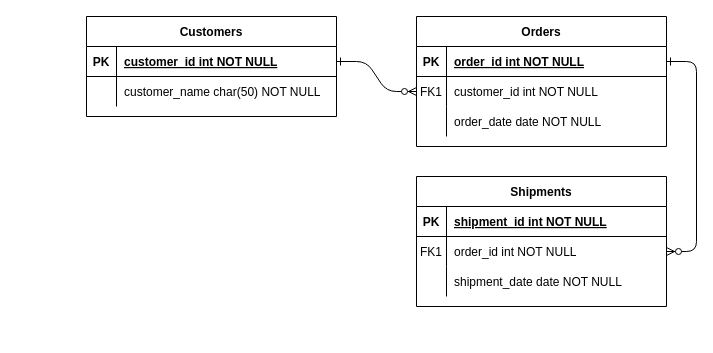
naynivea/ngs-fe-tsys-c4-weblfg-051223 keeps this draw.io diagram as WebLFG_PruebaTecnica.drawio. Above is the earlier version. Source tidied: cells renumbered, new cells numbered last; positions are measured from the earlier drawing's top-left corner, leaving out a move shared by most shapes. Both pictures are drawn from the tidied source at 100%, with x=0, y=0 at pixel (86, 16).
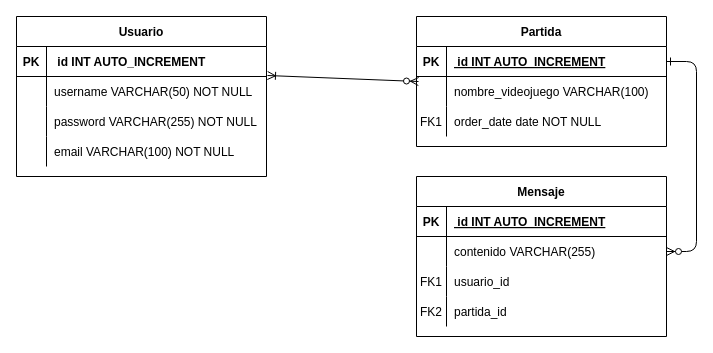
The same diagram, later.

Unchanged cells that the change refers to:
```xml
<mxCell id="5" style="shape=partialRectangle;fillColor=none;points=[[0,0.5],[1,0.5]];portConstraint=eastwest;top=0;left=0;right=0;bottom=1;" parent="4" vertex="1">
  <mxGeometry y="30" width="250" height="30" as="geometry" />
</mxCell>
<mxCell id="8" style="shape=partialRectangle;fillColor=none;points=[[0,0.5],[1,0.5]];portConstraint=eastwest;top=0;left=0;right=0;bottom=0;" parent="4" vertex="1">
  <mxGeometry y="60" width="250" height="30" as="geometry" />
</mxCell>
<mxCell id="11" style="shape=partialRectangle;fillColor=none;top=0;left=0;right=0;bottom=0;" parent="4" vertex="1">
  <mxGeometry y="90" width="250" height="30" as="geometry" />
</mxCell>
<mxCell id="15" style="shape=partialRectangle;fillColor=none;top=0;left=0;right=0;bottom=1;" parent="14" vertex="1">
  <mxGeometry y="30" width="250" height="30" as="geometry" />
</mxCell>
<mxCell id="18" style="shape=partialRectangle;fillColor=none;points=[[0,0.5],[1,0.5]];portConstraint=eastwest;top=0;left=0;right=0;bottom=0;" parent="14" vertex="1">
  <mxGeometry y="60" width="250" height="30" as="geometry" />
</mxCell>
<mxCell id="21" style="shape=partialRectangle;fillColor=none;top=0;left=0;right=0;bottom=0;" parent="14" vertex="1">
  <mxGeometry y="90" width="250" height="30" as="geometry" />
</mxCell>
<mxCell id="25" style="shape=partialRectangle;fillColor=none;points=[[0,0.5],[1,0.5]];portConstraint=eastwest;top=0;left=0;right=0;bottom=1;" parent="24" vertex="1">
  <mxGeometry y="30" width="250" height="30" as="geometry" />
</mxCell>
```

The edit, as a diff of the source:
```diff
@@
-    <mxCell id="2" style="edgeStyle=entityRelationEdgeStyle;endArrow=ERzeroToMany;startArrow=ERone;endFill=1;startFill=0;" parent="1" edge="1" source="25" target="8">
-      <mxGeometry relative="1" as="geometry" />
-    </mxCell>
@@
-    <mxCell id="4" value="Orders" style="shape=table;startSize=30;childLayout=tableLayout;rowLines=0;fontStyle=1;align=center;" parent="1" vertex="1">
+    <mxCell id="4" value="Partida" style="shape=table;startSize=30;childLayout=tableLayout;rowLines=0;fontStyle=1;align=center;" parent="1" vertex="1">
       <mxGeometry x="330" width="250" height="130" as="geometry" />
     </mxCell>
@@
-    <mxCell id="7" value="order_id int NOT NULL " style="shape=partialRectangle;overflow=hidden;fillColor=none;top=0;left=0;bottom=0;right=0;align=left;spacingLeft=6;fontStyle=5;" parent="5" vertex="1">
+    <mxCell id="7" value=" id INT AUTO_INCREMENT" style="shape=partialRectangle;overflow=hidden;fillColor=none;top=0;left=0;bottom=0;right=0;align=left;spacingLeft=6;fontStyle=5;" parent="5" vertex="1">
       <mxGeometry x="30" width="220" height="30" as="geometry" />
     </mxCell>
@@
-    <mxCell id="9" value="FK1" style="shape=partialRectangle;overflow=hidden;fillColor=none;top=0;left=0;bottom=0;right=0;" parent="8" vertex="1">
+    <mxCell id="9" style="shape=partialRectangle;overflow=hidden;fillColor=none;top=0;left=0;bottom=0;right=0;" parent="8" vertex="1">
       <mxGeometry width="30" height="30" as="geometry" />
     </mxCell>
-    <mxCell id="10" value="customer_id int NOT NULL" style="shape=partialRectangle;overflow=hidden;fillColor=none;top=0;left=0;bottom=0;right=0;align=left;spacingLeft=6;" parent="8" vertex="1">
+    <mxCell id="10" value="nombre_videojuego VARCHAR(100)" style="shape=partialRectangle;overflow=hidden;fillColor=none;top=0;left=0;bottom=0;right=0;align=left;spacingLeft=6;" parent="8" vertex="1">
       <mxGeometry x="30" width="220" height="30" as="geometry" />
     </mxCell>
@@
-    <mxCell id="12" style="shape=partialRectangle;overflow=hidden;fillColor=none;top=0;left=0;bottom=0;right=0;" parent="11" vertex="1">
+    <mxCell id="12" value="FK1" style="shape=partialRectangle;overflow=hidden;fillColor=none;top=0;left=0;bottom=0;right=0;" parent="11" vertex="1">
       <mxGeometry width="30" height="30" as="geometry" />
     </mxCell>
@@
-    <mxCell id="14" value="Shipments" style="shape=table;startSize=30;childLayout=tableLayout;rowLines=0;fontStyle=1;align=center;" parent="1" vertex="1">
-      <mxGeometry x="330" y="160" width="250" height="130" as="geometry" />
+    <mxCell id="14" value="Mensaje" style="shape=table;startSize=30;childLayout=tableLayout;rowLines=0;fontStyle=1;align=center;" parent="1" vertex="1">
+      <mxGeometry x="330" y="160" width="250" height="160" as="geometry" />
     </mxCell>
@@
-    <mxCell id="17" value="shipment_id int NOT NULL " style="shape=partialRectangle;overflow=hidden;fillColor=none;top=0;left=0;bottom=0;right=0;align=left;spacingLeft=6;fontStyle=5;" parent="15" vertex="1">
+    <mxCell id="17" value=" id INT AUTO_INCREMENT" style="shape=partialRectangle;overflow=hidden;fillColor=none;top=0;left=0;bottom=0;right=0;align=left;spacingLeft=6;fontStyle=5;" parent="15" vertex="1">
       <mxGeometry x="30" width="220" height="30" as="geometry" />
     </mxCell>
@@
-    <mxCell id="19" value="FK1" style="shape=partialRectangle;overflow=hidden;fillColor=none;top=0;left=0;bottom=0;right=0;" parent="18" vertex="1">
+    <mxCell id="19" style="shape=partialRectangle;overflow=hidden;fillColor=none;top=0;left=0;bottom=0;right=0;" parent="18" vertex="1">
       <mxGeometry width="30" height="30" as="geometry" />
     </mxCell>
-    <mxCell id="20" value="order_id int NOT NULL" style="shape=partialRectangle;overflow=hidden;fillColor=none;top=0;left=0;bottom=0;right=0;align=left;spacingLeft=6;" parent="18" vertex="1">
+    <mxCell id="20" value="contenido VARCHAR(255)" style="shape=partialRectangle;overflow=hidden;fillColor=none;top=0;left=0;bottom=0;right=0;align=left;spacingLeft=6;" parent="18" vertex="1">
       <mxGeometry x="30" width="220" height="30" as="geometry" />
     </mxCell>
@@
-    <mxCell id="22" style="shape=partialRectangle;overflow=hidden;fillColor=none;top=0;left=0;bottom=0;right=0;" parent="21" vertex="1">
+    <mxCell id="22" value="FK1" style="shape=partialRectangle;overflow=hidden;fillColor=none;top=0;left=0;bottom=0;right=0;" parent="21" vertex="1">
       <mxGeometry width="30" height="30" as="geometry" />
     </mxCell>
-    <mxCell id="23" value="shipment_date date NOT NULL" style="shape=partialRectangle;overflow=hidden;fillColor=none;top=0;left=0;bottom=0;right=0;align=left;spacingLeft=6;" parent="21" vertex="1">
+    <mxCell id="23" value="usuario_id" style="shape=partialRectangle;overflow=hidden;fillColor=none;top=0;left=0;bottom=0;right=0;align=left;spacingLeft=6;" parent="21" vertex="1">
       <mxGeometry x="30" width="220" height="30" as="geometry" />
     </mxCell>
+    <mxCell id="31" style="shape=partialRectangle;fillColor=none;top=0;left=0;right=0;bottom=0;" parent="14" vertex="1">
+      <mxGeometry y="120" width="250" height="30" as="geometry" />
+    </mxCell>
+    <mxCell id="32" value="FK2" style="shape=partialRectangle;overflow=hidden;fillColor=none;top=0;left=0;bottom=0;right=0;" parent="31" vertex="1">
+      <mxGeometry width="30" height="30" as="geometry" />
+    </mxCell>
+    <mxCell id="33" value="partida_id" style="shape=partialRectangle;overflow=hidden;fillColor=none;top=0;left=0;bottom=0;right=0;align=left;spacingLeft=6;" parent="31" vertex="1">
+      <mxGeometry x="30" width="220" height="30" as="geometry" />
+    </mxCell>
-    <mxCell id="24" value="Customers" style="shape=table;startSize=30;childLayout=tableLayout;rowLines=0;fontStyle=1;align=center;" parent="1" vertex="1">
-      <mxGeometry width="250" height="100" as="geometry" />
+    <mxCell id="24" value="Usuario" style="shape=table;startSize=30;childLayout=tableLayout;rowLines=0;fontStyle=1;align=center;" parent="1" vertex="1">
+      <mxGeometry x="-70" width="250" height="160" as="geometry" />
     </mxCell>
@@
-    <mxCell id="27" value="customer_id int NOT NULL " style="shape=partialRectangle;overflow=hidden;fillColor=none;top=0;left=0;bottom=0;right=0;align=left;spacingLeft=6;fontStyle=5;" parent="25" vertex="1">
+    <mxCell id="27" value=" id INT AUTO_INCREMENT" style="shape=partialRectangle;overflow=hidden;fillColor=none;top=0;left=0;bottom=0;right=0;align=left;spacingLeft=6;fontStyle=1;" parent="25" vertex="1">
       <mxGeometry x="30" width="220" height="30" as="geometry" />
     </mxCell>
+    <mxCell id="34" style="shape=partialRectangle;fillColor=none;top=0;left=0;right=0;bottom=0;" parent="24" vertex="1">
+      <mxGeometry y="60" width="250" height="30" as="geometry" />
+    </mxCell>
+    <mxCell id="35" style="shape=partialRectangle;overflow=hidden;fillColor=none;top=0;left=0;bottom=0;right=0;" parent="34" vertex="1">
+      <mxGeometry width="30" height="30" as="geometry" />
+    </mxCell>
+    <mxCell id="36" value="username VARCHAR(50) NOT NULL" style="shape=partialRectangle;overflow=hidden;fillColor=none;top=0;left=0;bottom=0;right=0;align=left;spacingLeft=6;" parent="34" vertex="1">
+      <mxGeometry x="30" width="220" height="30" as="geometry" />
+    </mxCell>
+    <mxCell id="37" style="shape=partialRectangle;fillColor=none;top=0;left=0;right=0;bottom=0;" parent="24" vertex="1">
+      <mxGeometry y="90" width="250" height="30" as="geometry" />
+    </mxCell>
+    <mxCell id="38" style="shape=partialRectangle;overflow=hidden;fillColor=none;top=0;left=0;bottom=0;right=0;" parent="37" vertex="1">
+      <mxGeometry width="30" height="30" as="geometry" />
+    </mxCell>
+    <mxCell id="39" value="password VARCHAR(255) NOT NULL" style="shape=partialRectangle;overflow=hidden;fillColor=none;top=0;left=0;bottom=0;right=0;align=left;spacingLeft=6;" parent="37" vertex="1">
+      <mxGeometry x="30" width="220" height="30" as="geometry" />
+    </mxCell>
     <mxCell id="28" style="shape=partialRectangle;fillColor=none;top=0;left=0;right=0;bottom=0;" parent="24" vertex="1">
-      <mxGeometry y="60" width="250" height="30" as="geometry" />
+      <mxGeometry y="120" width="250" height="30" as="geometry" />
     </mxCell>
@@
-    <mxCell id="30" value="customer_name char(50) NOT NULL" style="shape=partialRectangle;overflow=hidden;fillColor=none;top=0;left=0;bottom=0;right=0;align=left;spacingLeft=6;" parent="28" vertex="1">
+    <mxCell id="30" value="email VARCHAR(100) NOT NULL" style="shape=partialRectangle;overflow=hidden;fillColor=none;top=0;left=0;bottom=0;right=0;align=left;spacingLeft=6;" parent="28" vertex="1">
       <mxGeometry x="30" width="220" height="30" as="geometry" />
     </mxCell>
+    <mxCell id="40" style="fontSize=12;html=1;endArrow=ERoneToMany;startArrow=ERzeroToMany;rounded=0;entryX=1.004;entryY=0.967;entryDx=0;entryDy=0;entryPerimeter=0;exitX=0.008;exitY=0.167;exitDx=0;exitDy=0;exitPerimeter=0;" parent="1" edge="1" source="8" target="25">
+      <mxGeometry relative="1" as="geometry" />
+    </mxCell>
```
